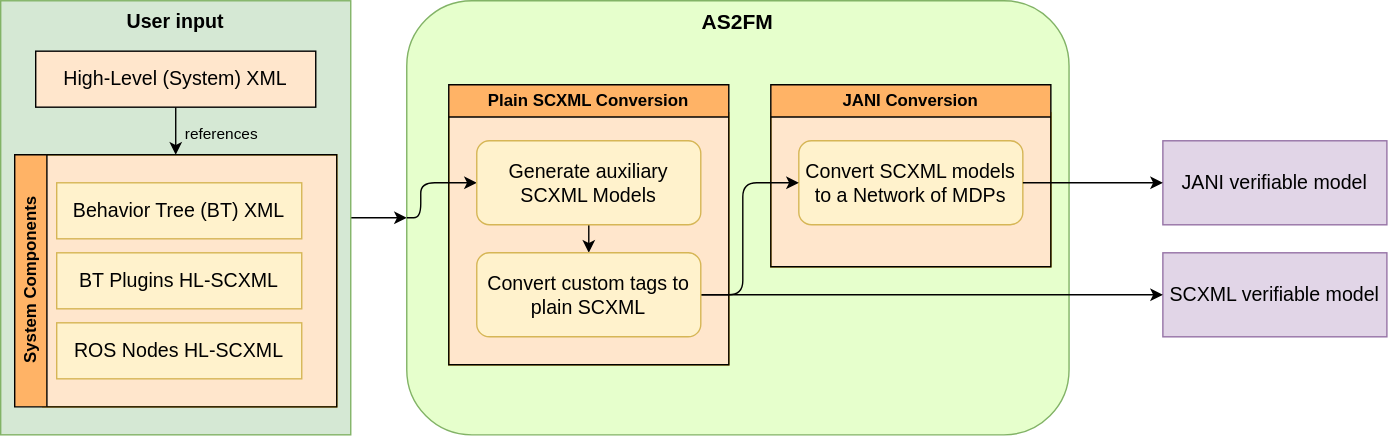
Before: docs/source/graphics/as2fm_overview.drawio.svg, a diagram exported from draw.io (convince-project/AS2FM). Source tidied: cells renumbered, new cells last; positions are measured from the earlier drawing's top-left corner, leaving out a move shared by most shapes. Its diagram source:
```xml
<mxGraphModel>
  <root>
    <mxCell id="0" />
    <mxCell id="1" parent="0" />
    <mxCell id="2" style="edgeStyle=none;html=1;entryX=0;entryY=0.5;entryDx=0;entryDy=0;" parent="1" edge="1" source="3" target="7">
      <mxGeometry relative="1" as="geometry" />
    </mxCell>
    <mxCell id="3" value="User input" style="rounded=0;whiteSpace=wrap;html=1;verticalAlign=top;fontStyle=1;fontSize=14;fillColor=#d5e8d4;strokeColor=#82b366;" parent="1" vertex="1">
      <mxGeometry width="250" height="310" as="geometry" />
    </mxCell>
    <mxCell id="4" style="rounded=0;whiteSpace=wrap;html=1;fillColor=#ffe6cc;strokeColor=#d79b00;" parent="1" vertex="1">
      <mxGeometry x="30" y="110" width="210" height="180" as="geometry" />
    </mxCell>
    <mxCell id="5" value="references" style="edgeStyle=none;html=1;entryX=0.5;entryY=0;entryDx=0;entryDy=0;align=left;labelBackgroundColor=none;" parent="1" edge="1" source="6" target="22">
      <mxGeometry x="0.05" y="5" relative="1" as="geometry" />
    </mxCell>
    <mxCell id="6" value="High-Level (System) XML" style="rounded=0;whiteSpace=wrap;html=1;fontSize=14;fillColor=#ffe6cc;strokeColor=#000000;" parent="1" vertex="1">
      <mxGeometry x="25" y="36" width="200" height="40" as="geometry" />
    </mxCell>
    <mxCell id="7" value="&lt;b&gt;&lt;font style=&quot;font-size: 15px;&quot;&gt;AS2FM&lt;/font&gt;&lt;/b&gt;" style="rounded=1;whiteSpace=wrap;html=1;verticalAlign=top;fillColor=#E6FFCC;strokeColor=#82b366;" parent="1" vertex="1">
      <mxGeometry x="290" width="473" height="310" as="geometry" />
    </mxCell>
    <mxCell id="8" style="rounded=0;whiteSpace=wrap;html=1;fillColor=#ffe6cc;strokeColor=#d79b00;" parent="1" vertex="1">
      <mxGeometry x="320" y="80" width="200" height="180" as="geometry" />
    </mxCell>
    <mxCell id="9" style="rounded=0;whiteSpace=wrap;html=1;fillColor=#ffe6cc;strokeColor=#d79b00;" parent="1" vertex="1">
      <mxGeometry x="550" y="80" width="200" height="110" as="geometry" />
    </mxCell>
    <mxCell id="10" value="JANI Conversion" style="swimlane;whiteSpace=wrap;html=1;fillColor=#FFB366;" parent="1" vertex="1">
      <mxGeometry x="550" y="60" width="200" height="130" as="geometry" />
    </mxCell>
    <mxCell id="11" value="Convert SCXML models to a Network of MDPs" style="rounded=1;whiteSpace=wrap;html=1;fontSize=14;fillColor=#fff2cc;strokeColor=#d6b656;" parent="10" vertex="1">
      <mxGeometry x="20" y="40" width="160" height="60" as="geometry" />
    </mxCell>
    <mxCell id="12" value="JANI verifiable model" style="rounded=0;whiteSpace=wrap;html=1;fontSize=14;fillColor=#e1d5e7;strokeColor=#9673a6;" parent="1" vertex="1">
      <mxGeometry x="830" y="100" width="160" height="60" as="geometry" />
    </mxCell>
    <mxCell id="13" value="SCXML verifiable model" style="rounded=0;whiteSpace=wrap;html=1;fontSize=14;fillColor=#e1d5e7;strokeColor=#9673a6;" parent="1" vertex="1">
      <mxGeometry x="830" y="180" width="160" height="60" as="geometry" />
    </mxCell>
    <mxCell id="14" style="edgeStyle=none;html=1;entryX=0;entryY=0.5;entryDx=0;entryDy=0;" parent="1" edge="1" source="7" target="20">
      <mxGeometry relative="1" as="geometry">
        <Array as="points">
          <mxPoint x="300" y="155" />
          <mxPoint x="300" y="130" />
        </Array>
      </mxGeometry>
    </mxCell>
    <mxCell id="15" style="edgeStyle=none;html=1;exitX=1;exitY=0.5;exitDx=0;exitDy=0;entryX=0;entryY=0.5;entryDx=0;entryDy=0;" parent="1" edge="1" source="21" target="13">
      <mxGeometry relative="1" as="geometry">
        <Array as="points">
          <mxPoint x="790" y="210" />
        </Array>
      </mxGeometry>
    </mxCell>
    <mxCell id="16" style="edgeStyle=none;html=1;exitX=1;exitY=0.5;exitDx=0;exitDy=0;entryX=0;entryY=0.5;entryDx=0;entryDy=0;" parent="1" edge="1" source="21" target="11">
      <mxGeometry relative="1" as="geometry">
        <Array as="points">
          <mxPoint x="530" y="210" />
          <mxPoint x="530" y="130" />
        </Array>
      </mxGeometry>
    </mxCell>
    <mxCell id="17" style="edgeStyle=none;html=1;exitX=1;exitY=0.5;exitDx=0;exitDy=0;entryX=0;entryY=0.5;entryDx=0;entryDy=0;" parent="1" edge="1" source="11" target="12">
      <mxGeometry relative="1" as="geometry" />
    </mxCell>
    <mxCell id="18" value="Plain SCXML Conversion" style="swimlane;whiteSpace=wrap;html=1;fillColor=#FFB366;" parent="1" vertex="1">
      <mxGeometry x="320" y="60" width="200" height="200" as="geometry" />
    </mxCell>
    <mxCell id="19" style="edgeStyle=none;html=1;exitX=0.5;exitY=1;exitDx=0;exitDy=0;entryX=0.5;entryY=0;entryDx=0;entryDy=0;" parent="18" edge="1" source="20" target="21">
      <mxGeometry relative="1" as="geometry" />
    </mxCell>
    <mxCell id="20" value="Generate auxiliary SCXML Models" style="rounded=1;whiteSpace=wrap;html=1;fontSize=14;fillColor=#fff2cc;strokeColor=#d6b656;" parent="18" vertex="1">
      <mxGeometry x="20" y="40" width="160" height="60" as="geometry" />
    </mxCell>
    <mxCell id="21" value="Convert custom tags to plain SCXML" style="rounded=1;whiteSpace=wrap;html=1;fontSize=14;fillColor=#fff2cc;strokeColor=#d6b656;" parent="18" vertex="1">
      <mxGeometry x="20" y="120" width="160" height="60" as="geometry" />
    </mxCell>
    <mxCell id="22" value="&lt;span&gt;System Components&lt;/span&gt;" style="swimlane;horizontal=0;whiteSpace=wrap;html=1;fillColor=#FFB366;strokeColor=#000000;labelBackgroundColor=none;gradientColor=none;" parent="1" vertex="1">
      <mxGeometry x="10" y="110" width="230" height="180" as="geometry" />
    </mxCell>
    <mxCell id="23" value="Behavior Tree (BT) XML" style="rounded=0;whiteSpace=wrap;html=1;fontSize=14;fillColor=#fff2cc;strokeColor=#d6b656;" parent="22" vertex="1">
      <mxGeometry x="30" y="20" width="175" height="40" as="geometry" />
    </mxCell>
    <mxCell id="24" value="BT Plugins HL-SCXML" style="rounded=0;whiteSpace=wrap;html=1;fontSize=14;fillColor=#fff2cc;strokeColor=#d6b656;" parent="22" vertex="1">
      <mxGeometry x="30" y="70" width="175" height="40" as="geometry" />
    </mxCell>
    <mxCell id="25" value="ROS Nodes HL-SCXML" style="rounded=0;whiteSpace=wrap;html=1;fontSize=14;fillColor=#fff2cc;strokeColor=#d6b656;" parent="22" vertex="1">
      <mxGeometry x="30" y="120" width="175" height="40" as="geometry" />
    </mxCell>
  </root>
</mxGraphModel>
```
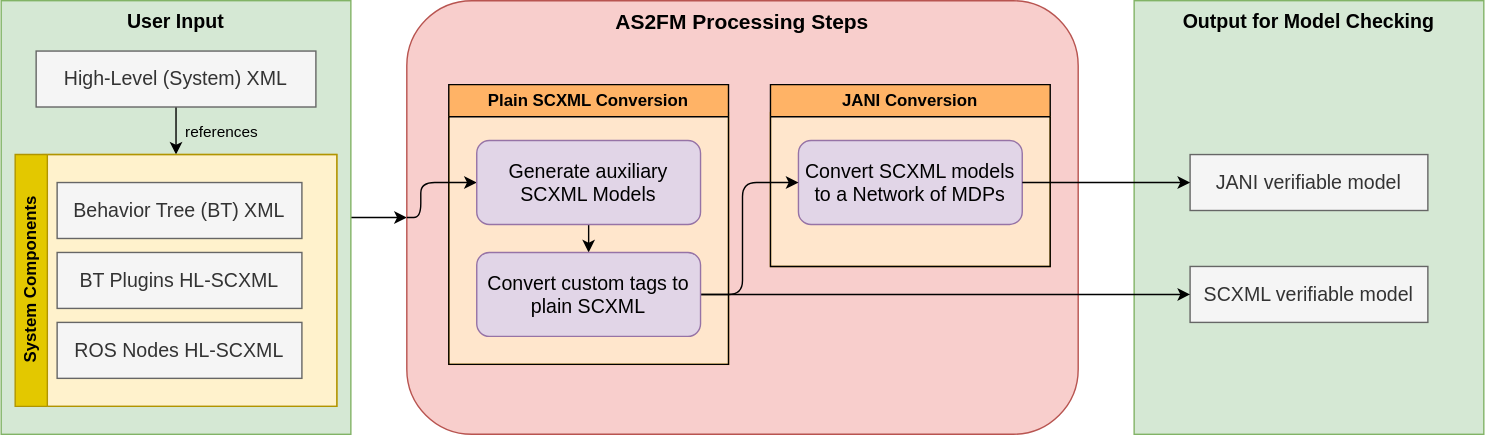
After the change.

Diff of the diagram source:
```diff
@@ -2,23 +2,26 @@
   <root>
     <mxCell id="0" />
     <mxCell id="1" parent="0" />
+    <mxCell id="26" value="Output for Model Checking" style="rounded=0;whiteSpace=wrap;html=1;verticalAlign=top;fontStyle=1;fontSize=14;fillColor=#d5e8d4;strokeColor=#82b366;" parent="1" vertex="1">
+      <mxGeometry x="810" width="250" height="310" as="geometry" />
+    </mxCell>
     <mxCell id="2" style="edgeStyle=none;html=1;entryX=0;entryY=0.5;entryDx=0;entryDy=0;" parent="1" edge="1" source="3" target="7">
       <mxGeometry relative="1" as="geometry" />
     </mxCell>
-    <mxCell id="3" value="User input" style="rounded=0;whiteSpace=wrap;html=1;verticalAlign=top;fontStyle=1;fontSize=14;fillColor=#d5e8d4;strokeColor=#82b366;" parent="1" vertex="1">
+    <mxCell id="3" value="User Input" style="rounded=0;whiteSpace=wrap;html=1;verticalAlign=top;fontStyle=1;fontSize=14;fillColor=#d5e8d4;strokeColor=#82b366;" parent="1" vertex="1">
       <mxGeometry width="250" height="310" as="geometry" />
     </mxCell>
-    <mxCell id="4" style="rounded=0;whiteSpace=wrap;html=1;fillColor=#ffe6cc;strokeColor=#d79b00;" parent="1" vertex="1">
+    <mxCell id="4" style="rounded=0;whiteSpace=wrap;html=1;fillColor=#fff2cc;strokeColor=#d6b656;" parent="1" vertex="1">
       <mxGeometry x="30" y="110" width="210" height="180" as="geometry" />
     </mxCell>
     <mxCell id="5" value="references" style="edgeStyle=none;html=1;entryX=0.5;entryY=0;entryDx=0;entryDy=0;align=left;labelBackgroundColor=none;" parent="1" edge="1" source="6" target="22">
       <mxGeometry x="0.05" y="5" relative="1" as="geometry" />
     </mxCell>
-    <mxCell id="6" value="High-Level (System) XML" style="rounded=0;whiteSpace=wrap;html=1;fontSize=14;fillColor=#ffe6cc;strokeColor=#000000;" parent="1" vertex="1">
+    <mxCell id="6" value="High-Level (System) XML" style="rounded=0;whiteSpace=wrap;html=1;fontSize=14;fillColor=#f5f5f5;strokeColor=#666666;fontColor=#333333;" parent="1" vertex="1">
       <mxGeometry x="25" y="36" width="200" height="40" as="geometry" />
     </mxCell>
-    <mxCell id="7" value="&lt;b&gt;&lt;font style=&quot;font-size: 15px;&quot;&gt;AS2FM&lt;/font&gt;&lt;/b&gt;" style="rounded=1;whiteSpace=wrap;html=1;verticalAlign=top;fillColor=#E6FFCC;strokeColor=#82b366;" parent="1" vertex="1">
-      <mxGeometry x="290" width="473" height="310" as="geometry" />
+    <mxCell id="7" value="&lt;b&gt;&lt;font style=&quot;font-size: 15px;&quot;&gt;AS2FM Processing Steps&lt;/font&gt;&lt;/b&gt;" style="rounded=1;whiteSpace=wrap;html=1;verticalAlign=top;fillColor=#f8cecc;strokeColor=#b85450;" parent="1" vertex="1">
+      <mxGeometry x="290" width="480" height="310" as="geometry" />
     </mxCell>
     <mxCell id="8" style="rounded=0;whiteSpace=wrap;html=1;fillColor=#ffe6cc;strokeColor=#d79b00;" parent="1" vertex="1">
       <mxGeometry x="320" y="80" width="200" height="180" as="geometry" />
@@ -29,14 +32,14 @@
     <mxCell id="10" value="JANI Conversion" style="swimlane;whiteSpace=wrap;html=1;fillColor=#FFB366;" parent="1" vertex="1">
       <mxGeometry x="550" y="60" width="200" height="130" as="geometry" />
     </mxCell>
-    <mxCell id="11" value="Convert SCXML models to a Network of MDPs" style="rounded=1;whiteSpace=wrap;html=1;fontSize=14;fillColor=#fff2cc;strokeColor=#d6b656;" parent="10" vertex="1">
+    <mxCell id="11" value="Convert SCXML models to a Network of MDPs" style="rounded=1;whiteSpace=wrap;html=1;fontSize=14;fillColor=#e1d5e7;strokeColor=#9673a6;" parent="10" vertex="1">
       <mxGeometry x="20" y="40" width="160" height="60" as="geometry" />
     </mxCell>
-    <mxCell id="12" value="JANI verifiable model" style="rounded=0;whiteSpace=wrap;html=1;fontSize=14;fillColor=#e1d5e7;strokeColor=#9673a6;" parent="1" vertex="1">
-      <mxGeometry x="830" y="100" width="160" height="60" as="geometry" />
+    <mxCell id="12" value="JANI verifiable model" style="rounded=0;whiteSpace=wrap;html=1;fontSize=14;fillColor=#f5f5f5;strokeColor=#666666;fontColor=#333333;" parent="1" vertex="1">
+      <mxGeometry x="850" y="110" width="170" height="40" as="geometry" />
     </mxCell>
-    <mxCell id="13" value="SCXML verifiable model" style="rounded=0;whiteSpace=wrap;html=1;fontSize=14;fillColor=#e1d5e7;strokeColor=#9673a6;" parent="1" vertex="1">
-      <mxGeometry x="830" y="180" width="160" height="60" as="geometry" />
+    <mxCell id="13" value="SCXML verifiable model" style="rounded=0;whiteSpace=wrap;html=1;fontSize=14;fillColor=#f5f5f5;strokeColor=#666666;fontColor=#333333;" parent="1" vertex="1">
+      <mxGeometry x="850" y="190" width="170" height="40" as="geometry" />
     </mxCell>
     <mxCell id="14" style="edgeStyle=none;html=1;entryX=0;entryY=0.5;entryDx=0;entryDy=0;" parent="1" edge="1" source="7" target="20">
       <mxGeometry relative="1" as="geometry">
@@ -70,22 +73,22 @@
     <mxCell id="19" style="edgeStyle=none;html=1;exitX=0.5;exitY=1;exitDx=0;exitDy=0;entryX=0.5;entryY=0;entryDx=0;entryDy=0;" parent="18" edge="1" source="20" target="21">
       <mxGeometry relative="1" as="geometry" />
     </mxCell>
-    <mxCell id="20" value="Generate auxiliary SCXML Models" style="rounded=1;whiteSpace=wrap;html=1;fontSize=14;fillColor=#fff2cc;strokeColor=#d6b656;" parent="18" vertex="1">
+    <mxCell id="20" value="Generate auxiliary SCXML Models" style="rounded=1;whiteSpace=wrap;html=1;fontSize=14;fillColor=#e1d5e7;strokeColor=#9673a6;" parent="18" vertex="1">
       <mxGeometry x="20" y="40" width="160" height="60" as="geometry" />
     </mxCell>
-    <mxCell id="21" value="Convert custom tags to plain SCXML" style="rounded=1;whiteSpace=wrap;html=1;fontSize=14;fillColor=#fff2cc;strokeColor=#d6b656;" parent="18" vertex="1">
+    <mxCell id="21" value="Convert custom tags to plain SCXML" style="rounded=1;whiteSpace=wrap;html=1;fontSize=14;fillColor=#e1d5e7;strokeColor=#9673a6;" parent="18" vertex="1">
       <mxGeometry x="20" y="120" width="160" height="60" as="geometry" />
     </mxCell>
-    <mxCell id="22" value="&lt;span&gt;System Components&lt;/span&gt;" style="swimlane;horizontal=0;whiteSpace=wrap;html=1;fillColor=#FFB366;strokeColor=#000000;labelBackgroundColor=none;gradientColor=none;" parent="1" vertex="1">
+    <mxCell id="22" value="&lt;span&gt;System Components&lt;/span&gt;" style="swimlane;horizontal=0;whiteSpace=wrap;html=1;fillColor=#e3c800;strokeColor=#B09500;labelBackgroundColor=none;fontColor=#000000;" parent="1" vertex="1">
       <mxGeometry x="10" y="110" width="230" height="180" as="geometry" />
     </mxCell>
-    <mxCell id="23" value="Behavior Tree (BT) XML" style="rounded=0;whiteSpace=wrap;html=1;fontSize=14;fillColor=#fff2cc;strokeColor=#d6b656;" parent="22" vertex="1">
+    <mxCell id="23" value="Behavior Tree (BT) XML" style="rounded=0;whiteSpace=wrap;html=1;fontSize=14;fillColor=#f5f5f5;strokeColor=#666666;fontColor=#333333;" parent="22" vertex="1">
       <mxGeometry x="30" y="20" width="175" height="40" as="geometry" />
     </mxCell>
-    <mxCell id="24" value="BT Plugins HL-SCXML" style="rounded=0;whiteSpace=wrap;html=1;fontSize=14;fillColor=#fff2cc;strokeColor=#d6b656;" parent="22" vertex="1">
+    <mxCell id="24" value="BT Plugins HL-SCXML" style="rounded=0;whiteSpace=wrap;html=1;fontSize=14;fillColor=#f5f5f5;strokeColor=#666666;fontColor=#333333;" parent="22" vertex="1">
       <mxGeometry x="30" y="70" width="175" height="40" as="geometry" />
     </mxCell>
-    <mxCell id="25" value="ROS Nodes HL-SCXML" style="rounded=0;whiteSpace=wrap;html=1;fontSize=14;fillColor=#fff2cc;strokeColor=#d6b656;" parent="22" vertex="1">
+    <mxCell id="25" value="ROS Nodes HL-SCXML" style="rounded=0;whiteSpace=wrap;html=1;fontSize=14;fillColor=#f5f5f5;strokeColor=#666666;fontColor=#333333;" parent="22" vertex="1">
       <mxGeometry x="30" y="120" width="175" height="40" as="geometry" />
     </mxCell>
   </root>
```
